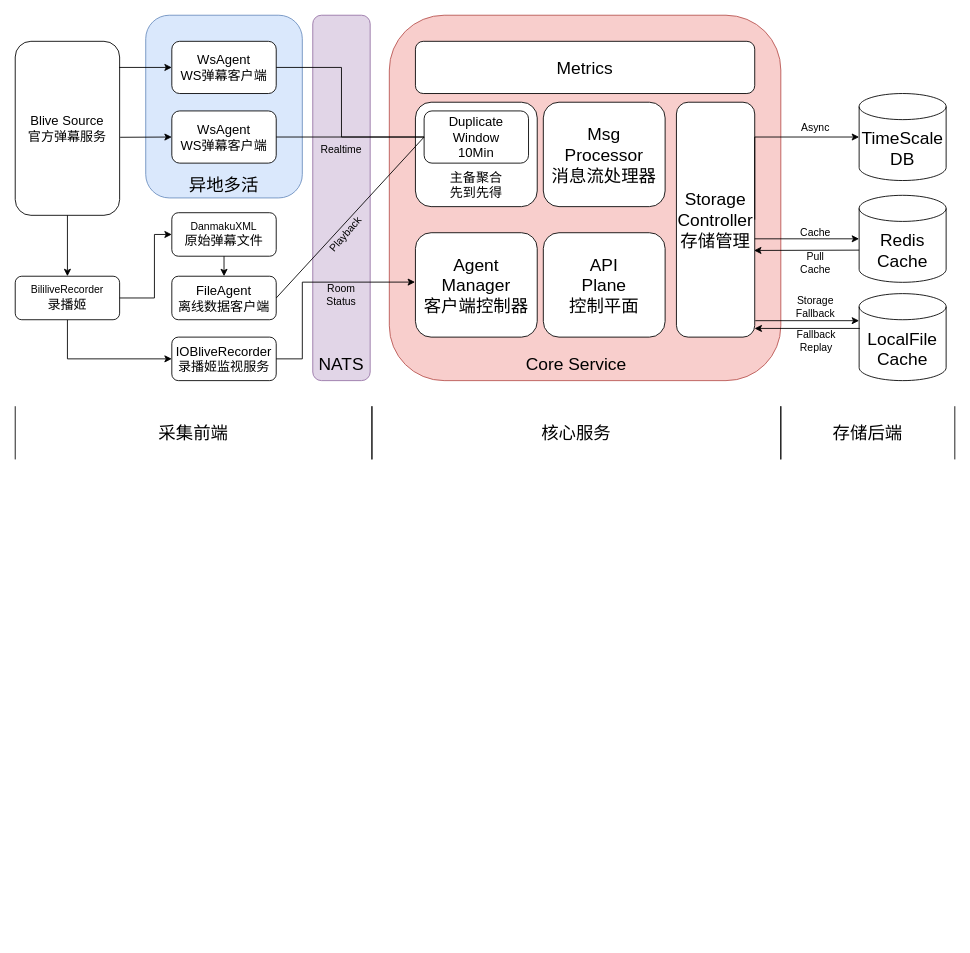
This is page "io-blive-damaku" (2 of 2) of docs/biliCenter.drawio from TiyaAnlite/FocotServices, a draw.io file, before an edit. Source tidied: cells renumbered, new cells numbered last; positions are measured from the earlier drawing's top-left corner, leaving out a move shared by most shapes. Both pictures are drawn from the tidied source at 87%, with x=0, y=0 at pixel (15, 15).
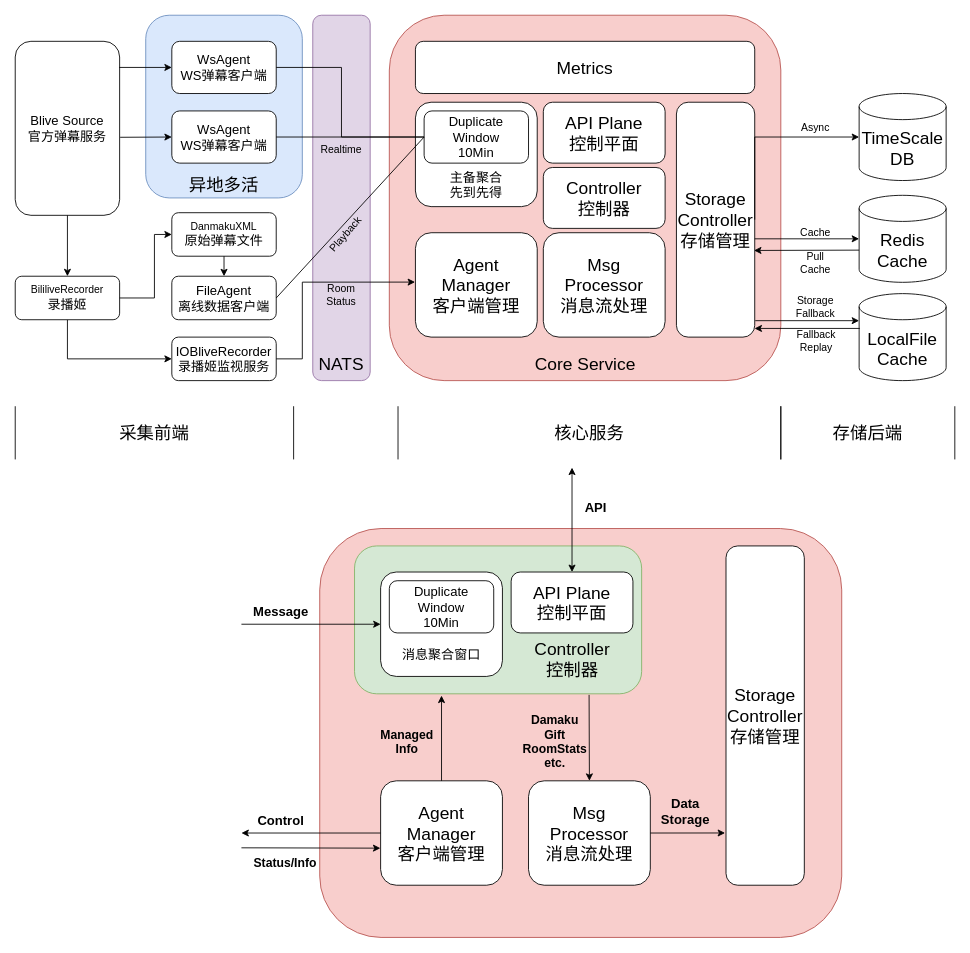
The same diagram, later.

The edit, as a diff of the source:
```diff
@@
     <mxCell id="27" value="采集前端" style="shape=partialRectangle;whiteSpace=wrap;html=1;top=0;bottom=0;fillColor=none;fontSize=20;" parent="1" vertex="1">
-      <mxGeometry y="450" width="410" height="60" as="geometry" />
+      <mxGeometry y="450" width="320" height="60" as="geometry" />
     </mxCell>
     <mxCell id="28" value="核心服务" style="shape=partialRectangle;whiteSpace=wrap;html=1;top=0;bottom=0;fillColor=none;fontSize=20;" parent="1" vertex="1">
-      <mxGeometry x="410" y="450" width="470" height="60" as="geometry" />
+      <mxGeometry x="440" y="450" width="440" height="60" as="geometry" />
     </mxCell>
     <mxCell id="29" value="Core Service" style="text;html=1;align=center;verticalAlign=middle;whiteSpace=wrap;rounded=0;fontSize=20;" parent="1" vertex="1">
-      <mxGeometry x="575" y="385" width="140" height="30" as="geometry" />
+      <mxGeometry x="527.5" y="385" width="255" height="30" as="geometry" />
     </mxCell>
@@
-    <mxCell id="32" value="Agent&lt;div&gt;Manager&lt;div&gt;客户端控制器&lt;/div&gt;&lt;/div&gt;" style="rounded=1;whiteSpace=wrap;html=1;fontSize=20;" parent="1" vertex="1">
+    <mxCell id="32" value="Agent&lt;div&gt;Manager&lt;div&gt;客户端管理&lt;/div&gt;&lt;/div&gt;" style="rounded=1;whiteSpace=wrap;html=1;fontSize=20;" parent="1" vertex="1">
       <mxGeometry x="460" y="250" width="140" height="120" as="geometry" />
     </mxCell>
-    <mxCell id="33" value="Msg&lt;div&gt;Processor&lt;br&gt;&lt;div&gt;消息流处理器&lt;/div&gt;&lt;/div&gt;" style="rounded=1;whiteSpace=wrap;html=1;fontSize=20;" parent="1" vertex="1">
-      <mxGeometry x="607" y="100" width="140" height="120" as="geometry" />
+    <mxCell id="33" value="Msg&lt;div&gt;Processor&lt;br&gt;&lt;div&gt;消息流处理&lt;/div&gt;&lt;/div&gt;" style="rounded=1;whiteSpace=wrap;html=1;fontSize=20;" parent="1" vertex="1">
+      <mxGeometry x="607" y="250" width="140" height="120" as="geometry" />
     </mxCell>
@@
-    <mxCell id="37" value="API&lt;div&gt;Plane&lt;/div&gt;&lt;div&gt;控制平面&lt;/div&gt;" style="rounded=1;whiteSpace=wrap;html=1;fontSize=20;" parent="1" vertex="1">
-      <mxGeometry x="607" y="250" width="140" height="120" as="geometry" />
+    <mxCell id="37" value="API&amp;nbsp;&lt;span style=&quot;background-color: transparent; color: light-dark(rgb(0, 0, 0), rgb(255, 255, 255));&quot;&gt;Plane&lt;/span&gt;&lt;div&gt;控制平面&lt;/div&gt;" style="rounded=1;whiteSpace=wrap;html=1;fontSize=20;" parent="1" vertex="1">
+      <mxGeometry x="607" y="100" width="140" height="70" as="geometry" />
     </mxCell>
@@
+    <mxCell id="52" value="Controller&lt;br&gt;&lt;div&gt;控制器&lt;/div&gt;" style="rounded=1;whiteSpace=wrap;html=1;fontSize=20;" parent="1" vertex="1">
+      <mxGeometry x="607" y="175" width="140" height="70" as="geometry" />
+    </mxCell>
+    <mxCell id="53" style="rounded=1;whiteSpace=wrap;html=1;fillColor=#f8cecc;strokeColor=#b85450;" parent="1" vertex="1">
+      <mxGeometry x="350" y="590" width="600" height="470" as="geometry" />
+    </mxCell>
+    <mxCell id="54" style="rounded=1;whiteSpace=wrap;html=1;fontSize=20;fillColor=#d5e8d4;strokeColor=#82b366;" parent="1" vertex="1">
+      <mxGeometry x="390" y="610" width="330" height="170" as="geometry" />
+    </mxCell>
+    <mxCell id="55" style="rounded=1;whiteSpace=wrap;html=1;" parent="1" vertex="1">
+      <mxGeometry x="420" y="640" width="140" height="120" as="geometry" />
+    </mxCell>
+    <mxCell id="56" value="Duplicate Window&lt;div&gt;10Min&lt;/div&gt;" style="rounded=1;whiteSpace=wrap;html=1;fontSize=15;" parent="1" vertex="1">
+      <mxGeometry x="430" y="650" width="120" height="60" as="geometry" />
+    </mxCell>
+    <mxCell id="57" value="&lt;span style=&quot;font-size: 15px;&quot;&gt;消息聚合窗口&lt;/span&gt;" style="text;html=1;align=center;verticalAlign=middle;whiteSpace=wrap;rounded=0;" parent="1" vertex="1">
+      <mxGeometry x="430" y="720" width="120" height="30" as="geometry" />
+    </mxCell>
+    <mxCell id="58" value="&lt;span style=&quot;font-size: 20px; text-wrap-mode: wrap;&quot;&gt;Controller&lt;/span&gt;&lt;br style=&quot;font-size: 20px; text-wrap-mode: wrap;&quot;&gt;&lt;div style=&quot;font-size: 20px; text-wrap-mode: wrap;&quot;&gt;控制器&lt;/div&gt;" style="text;html=1;align=center;verticalAlign=middle;strokeColor=none;fillColor=none;" parent="1" vertex="1">
+      <mxGeometry x="585" y="710" width="110" height="60" as="geometry" />
+    </mxCell>
+    <mxCell id="59" style="endArrow=classic;html=1;rounded=0;entryX=0;entryY=0.5;entryDx=0;entryDy=0;" parent="1" edge="1" target="55">
+      <mxGeometry relative="1" as="geometry">
+        <mxPoint x="260" y="700" as="sourcePoint" />
+      </mxGeometry>
+    </mxCell>
+    <mxCell id="60" value="&lt;font style=&quot;font-size: 15px;&quot;&gt;&lt;b&gt;Message&lt;/b&gt;&lt;/font&gt;" style="text;html=1;align=center;verticalAlign=middle;strokeColor=none;fillColor=none;" parent="1" vertex="1">
+      <mxGeometry x="260" y="670" width="90" height="30" as="geometry" />
+    </mxCell>
+    <mxCell id="61" value="Agent&lt;div&gt;Manager&lt;div&gt;客户端管理&lt;/div&gt;&lt;/div&gt;" style="rounded=1;whiteSpace=wrap;html=1;fontSize=20;" parent="1" vertex="1">
+      <mxGeometry x="420" y="880" width="140" height="120" as="geometry" />
+    </mxCell>
+    <mxCell id="62" value="&lt;font style=&quot;font-size: 14px;&quot;&gt;&lt;b&gt;Status/Info&lt;/b&gt;&lt;/font&gt;" style="text;html=1;align=center;verticalAlign=middle;strokeColor=none;fillColor=none;" parent="1" vertex="1">
+      <mxGeometry x="260" y="960" width="100" height="30" as="geometry" />
+    </mxCell>
+    <mxCell id="63" style="endArrow=classic;html=1;rounded=0;exitX=0;exitY=0.5;exitDx=0;exitDy=0;" parent="1" edge="1" source="61">
+      <mxGeometry relative="1" as="geometry">
+        <mxPoint x="260" y="940" as="targetPoint" />
+      </mxGeometry>
+    </mxCell>
+    <mxCell id="64" value="&lt;font style=&quot;font-size: 15px;&quot;&gt;&lt;b&gt;Control&lt;/b&gt;&lt;/font&gt;" style="text;html=1;align=center;verticalAlign=middle;strokeColor=none;fillColor=none;" parent="1" vertex="1">
+      <mxGeometry x="265" y="910" width="80" height="30" as="geometry" />
+    </mxCell>
+    <mxCell id="65" value="API&amp;nbsp;&lt;span style=&quot;background-color: transparent; color: light-dark(rgb(0, 0, 0), rgb(255, 255, 255));&quot;&gt;Plane&lt;/span&gt;&lt;div&gt;控制平面&lt;/div&gt;" style="rounded=1;whiteSpace=wrap;html=1;fontSize=20;" parent="1" vertex="1">
+      <mxGeometry x="570" y="640" width="140" height="70" as="geometry" />
+    </mxCell>
+    <mxCell id="66" style="endArrow=classic;startArrow=classic;html=1;rounded=0;exitX=0.5;exitY=0;exitDx=0;exitDy=0;" parent="1" edge="1" source="65">
+      <mxGeometry relative="1" as="geometry">
+        <mxPoint x="640" y="520" as="targetPoint" />
+      </mxGeometry>
+    </mxCell>
+    <mxCell id="67" value="&lt;b&gt;API&lt;/b&gt;" style="text;html=1;align=center;verticalAlign=middle;strokeColor=none;fillColor=none;fontSize=15;" parent="1" vertex="1">
+      <mxGeometry x="642" y="550" width="50" height="30" as="geometry" />
+    </mxCell>
+    <mxCell id="68" value="Msg&lt;div&gt;Processor&lt;br&gt;&lt;div&gt;消息流处理&lt;/div&gt;&lt;/div&gt;" style="rounded=1;whiteSpace=wrap;html=1;fontSize=20;" parent="1" vertex="1">
+      <mxGeometry x="590" y="880" width="140" height="120" as="geometry" />
+    </mxCell>
+    <mxCell id="69" style="endArrow=classic;html=1;rounded=0;exitX=0.817;exitY=1.007;exitDx=0;exitDy=0;entryX=0.5;entryY=0;entryDx=0;entryDy=0;exitPerimeter=0;" parent="1" edge="1" source="54" target="68">
+      <mxGeometry relative="1" as="geometry" />
+    </mxCell>
+    <mxCell id="70" value="&lt;font style=&quot;font-size: 14px;&quot;&gt;&lt;b&gt;Damaku&lt;/b&gt;&lt;/font&gt;&lt;div&gt;&lt;span style=&quot;font-size: 14px;&quot;&gt;&lt;b&gt;Gift&lt;/b&gt;&lt;/span&gt;&lt;/div&gt;&lt;div&gt;&lt;span style=&quot;font-size: 14px;&quot;&gt;&lt;b&gt;RoomStats&lt;/b&gt;&lt;/span&gt;&lt;/div&gt;&lt;div&gt;&lt;span style=&quot;font-size: 14px;&quot;&gt;&lt;b&gt;etc.&lt;/b&gt;&lt;/span&gt;&lt;/div&gt;" style="text;html=1;align=center;verticalAlign=middle;strokeColor=none;fillColor=none;" parent="1" vertex="1">
+      <mxGeometry x="570" y="795" width="100" height="80" as="geometry" />
+    </mxCell>
+    <mxCell id="71" value="Storage Controller&lt;div&gt;存储管理&lt;/div&gt;" style="rounded=1;whiteSpace=wrap;html=1;fontSize=20;" parent="1" vertex="1">
+      <mxGeometry x="817" y="610" width="90" height="390" as="geometry" />
+    </mxCell>
+    <mxCell id="72" style="endArrow=classic;html=1;rounded=0;exitX=1;exitY=0.5;exitDx=0;exitDy=0;entryX=-0.012;entryY=0.846;entryDx=0;entryDy=0;entryPerimeter=0;" parent="1" edge="1" source="68" target="71">
+      <mxGeometry relative="1" as="geometry" />
+    </mxCell>
+    <mxCell id="73" value="&lt;font style=&quot;font-size: 15px;&quot;&gt;&lt;b&gt;Data&lt;/b&gt;&lt;/font&gt;&lt;div&gt;&lt;font style=&quot;font-size: 15px;&quot;&gt;&lt;b&gt;Storage&lt;/b&gt;&lt;/font&gt;&lt;/div&gt;" style="text;html=1;align=center;verticalAlign=middle;strokeColor=none;fillColor=none;" parent="1" vertex="1">
+      <mxGeometry x="730" y="890" width="80" height="50" as="geometry" />
+    </mxCell>
+    <mxCell id="74" style="endArrow=classic;html=1;rounded=0;entryX=-0.002;entryY=0.645;entryDx=0;entryDy=0;entryPerimeter=0;" parent="1" edge="1" target="61">
+      <mxGeometry relative="1" as="geometry">
+        <mxPoint x="260" y="957" as="sourcePoint" />
+      </mxGeometry>
+    </mxCell>
+    <mxCell id="75" style="endArrow=classic;html=1;rounded=0;exitX=0.5;exitY=0;exitDx=0;exitDy=0;entryX=0.303;entryY=1.012;entryDx=0;entryDy=0;entryPerimeter=0;" parent="1" edge="1" source="61" target="54">
+      <mxGeometry relative="1" as="geometry" />
+    </mxCell>
+    <mxCell id="76" value="&lt;font style=&quot;font-size: 14px;&quot;&gt;&lt;b&gt;Managed&lt;/b&gt;&lt;/font&gt;&lt;div&gt;&lt;font style=&quot;font-size: 14px;&quot;&gt;&lt;b&gt;Info&lt;/b&gt;&lt;/font&gt;&lt;/div&gt;" style="text;html=1;align=center;verticalAlign=middle;strokeColor=none;fillColor=none;" parent="1" vertex="1">
+      <mxGeometry x="410" y="810" width="80" height="50" as="geometry" />
+    </mxCell>
```
